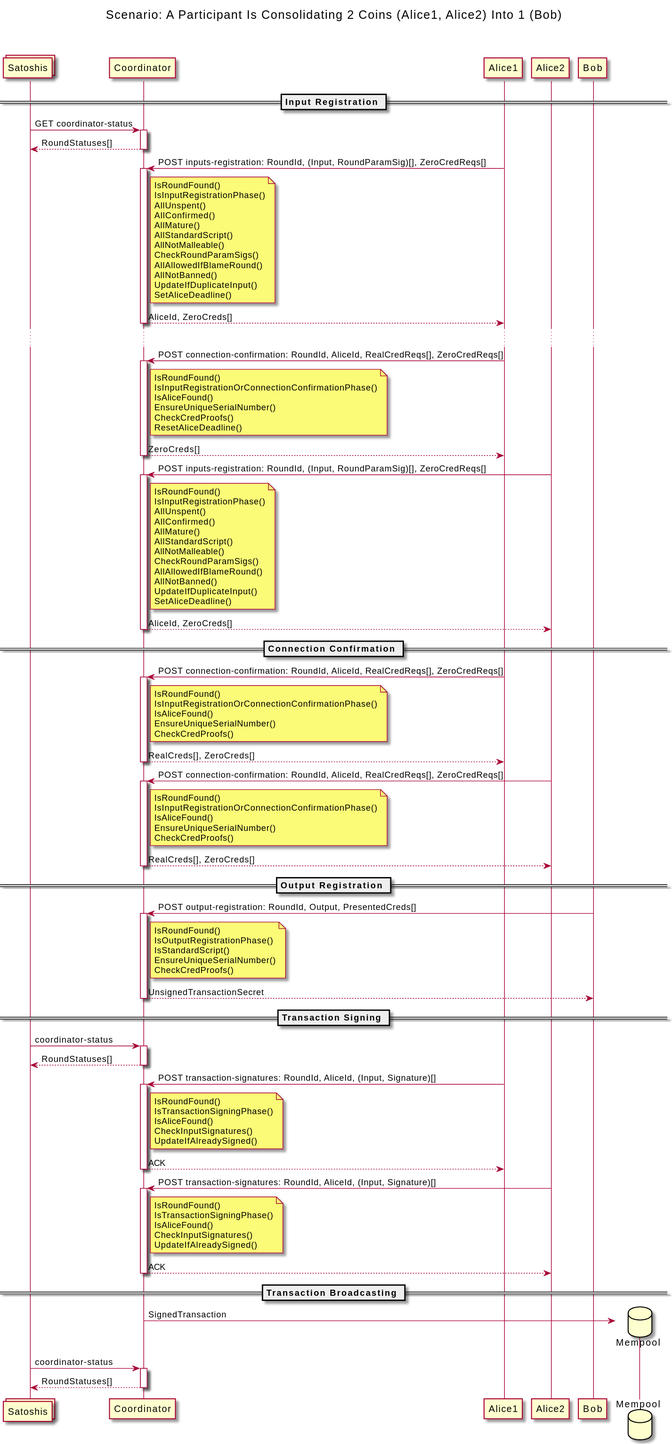
WalletWasabi/WabiSabi keeps this PlantUML diagram as diagrams/interaction_diagram.svg. Above is the earlier version.
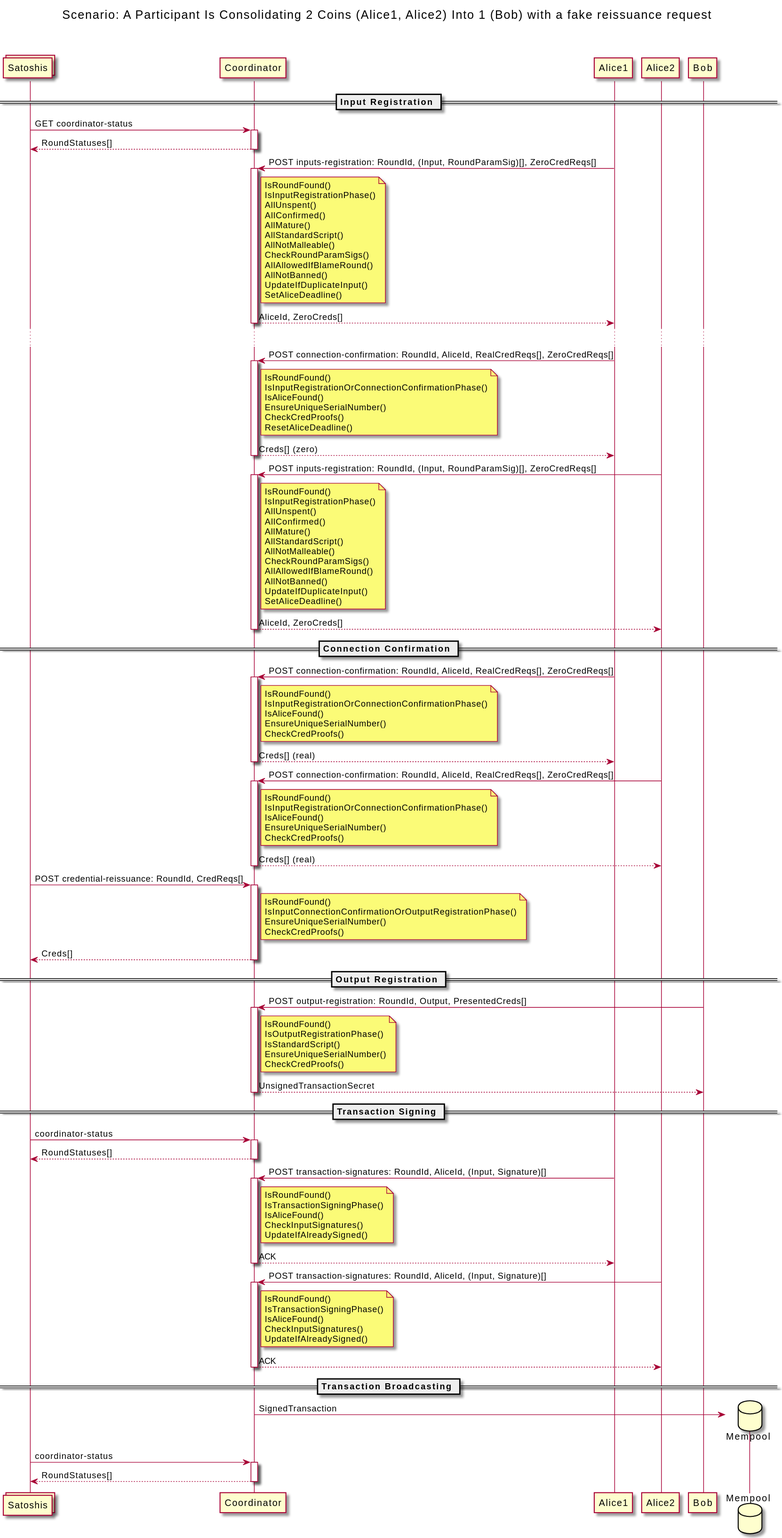
Above is the later version.

Diff of the diagram source:
```diff
@@ -6,7 +6,7 @@
 participant Bob
 database Mempool
 
-title Scenario: A Participant Is Consolidating 2 Coins (Alice1, Alice2) Into 1 (Bob)\n
+title Scenario: A Participant Is Consolidating 2 Coins (Alice1, Alice2) Into 1 (Bob) with a fake reissuance request \n
 
 == Input Registration ==
 
@@ -40,7 +40,7 @@
     CheckCredProofs()
     ResetAliceDeadline()
 end note
-return ZeroCreds[]
+return Creds[] (zero)
 
 Alice2 -> Coordinator ++: POST inputs-registration: RoundId, (Input, RoundParamSig)[], ZeroCredReqs[]
 note right of Coordinator
@@ -69,7 +69,7 @@
     EnsureUniqueSerialNumber()
     CheckCredProofs()
 end note
-return RealCreds[], ZeroCreds[]
+return Creds[] (real)
 
 Alice2 -> Coordinator ++: POST connection-confirmation: RoundId, AliceId, RealCredReqs[], ZeroCredReqs[]
 note right of Coordinator
@@ -79,7 +79,16 @@
     EnsureUniqueSerialNumber()
     CheckCredProofs()
 end note
-return RealCreds[], ZeroCreds[]
+return Creds[] (real)
+
+Satoshis -> Coordinator ++: POST credential-reissuance: RoundId, CredReqs[]
+note right of Coordinator
+    IsRoundFound()
+    IsInputConnectionConfirmationOrOutputRegistrationPhase()
+    EnsureUniqueSerialNumber()
+    CheckCredProofs()
+end note
+return Creds[]
 
 == Output Registration ==
 
```
